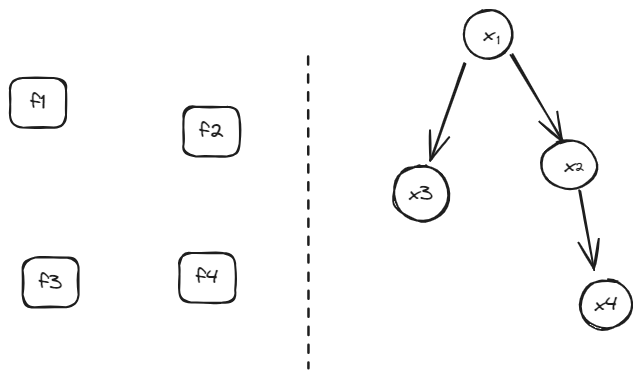
Earlier version of the Excalidraw export diplom/assets/math/discrete/mrf_vs_bayes.excalidraw.png (NMashalov/EducationGenerativeModelApplication). Source tidied: one line per element, renumbered; positions are measured from the earlier drawing's top-left corner, leaving out a move shared by most shapes. The source it was exported from:
```json
{"id": 0, "type": "line", "strokeColor": "#1e1e1e", "strokeWidth": 2, "strokeStyle": "dashed", "roughness": 1, "round": true, "x": 298, "y": 46, "width": 0, "height": 313, "points": [[0, 0], [0, 313]]}
{"id": 1, "type": "rectangle", "strokeColor": "#1e1e1e", "strokeWidth": 2, "roughness": 1, "round": true, "x": 0, "y": 68, "width": 56, "height": 50}
{"id": 2, "type": "text", "text": "f1", "strokeColor": "#1e1e1e", "strokeWidth": 2, "roughness": 1, "fontSize": 20, "fontFamily": 1, "textAlign": "center", "verticalAlign": "middle", "inside": 1, "x": 20, "y": 80, "width": 15, "height": 25}
{"id": 3, "type": "rectangle", "strokeColor": "#1e1e1e", "strokeWidth": 2, "roughness": 1, "round": true, "x": 174, "y": 97, "width": 56, "height": 50}
{"id": 4, "type": "text", "text": "f2", "strokeColor": "#1e1e1e", "strokeWidth": 2, "roughness": 1, "fontSize": 20, "fontFamily": 1, "textAlign": "center", "verticalAlign": "middle", "inside": 3, "x": 190, "y": 109, "width": 24, "height": 25}
{"id": 5, "type": "rectangle", "strokeColor": "#1e1e1e", "strokeWidth": 2, "roughness": 1, "round": true, "x": 13, "y": 248, "width": 56, "height": 50}
{"id": 6, "type": "text", "text": "f3", "strokeColor": "#1e1e1e", "strokeWidth": 2, "roughness": 1, "fontSize": 20, "fontFamily": 1, "textAlign": "center", "verticalAlign": "middle", "inside": 5, "x": 29, "y": 260, "width": 23, "height": 25}
{"id": 7, "type": "rectangle", "strokeColor": "#1e1e1e", "strokeWidth": 2, "roughness": 1, "round": true, "x": 169, "y": 243, "width": 56, "height": 50}
{"id": 8, "type": "text", "text": "f4", "strokeColor": "#1e1e1e", "strokeWidth": 2, "roughness": 1, "fontSize": 20, "fontFamily": 1, "textAlign": "center", "verticalAlign": "middle", "inside": 7, "x": 186, "y": 255, "width": 23, "height": 25}
{"id": 9, "type": "ellipse", "strokeColor": "#1e1e1e", "strokeWidth": 2, "roughness": 1, "round": true, "x": 454, "y": 0, "width": 49, "height": 49}
{"id": 10, "type": "text", "text": "x", "strokeColor": "#1e1e1e", "strokeWidth": 2, "roughness": 1, "fontSize": 20, "fontFamily": 1, "textAlign": "center", "verticalAlign": "middle", "inside": 9, "x": 473, "y": 12, "width": 11, "height": 25}
{"id": 11, "type": "arrow", "strokeColor": "#1e1e1e", "strokeWidth": 2, "roughness": 1, "endArrowhead": "arrow", "round": true, "from": 9, "to": 13, "x": 455, "y": 54, "width": 33, "height": 95, "points": [[0, 0], [-33, 95]]}
{"id": 12, "type": "arrow", "strokeColor": "#1e1e1e", "strokeWidth": 2, "roughness": 1, "endArrowhead": "arrow", "round": true, "from": 9, "to": 15, "x": 501, "y": 45, "width": 51, "height": 86, "points": [[0, 0], [51, 86]]}
{"id": 13, "type": "ellipse", "strokeColor": "#1e1e1e", "strokeWidth": 2, "roughness": 1, "round": true, "x": 383, "y": 155, "width": 55, "height": 56}
{"id": 14, "type": "text", "text": "x3", "strokeColor": "#1e1e1e", "strokeWidth": 2, "roughness": 1, "fontSize": 20, "fontFamily": 1, "textAlign": "center", "verticalAlign": "middle", "inside": 13, "x": 398, "y": 171, "width": 25, "height": 25}
{"id": 15, "type": "ellipse", "strokeColor": "#1e1e1e", "strokeWidth": 2, "roughness": 1, "round": true, "x": 531, "y": 130, "width": 56, "height": 49}
{"id": 16, "type": "text", "text": "x", "strokeColor": "#1e1e1e", "strokeWidth": 2, "roughness": 1, "fontSize": 20, "fontFamily": 1, "textAlign": "center", "verticalAlign": "middle", "inside": 15, "x": 554, "y": 143, "width": 11, "height": 25}
{"id": 17, "type": "ellipse", "strokeColor": "#1e1e1e", "strokeWidth": 2, "roughness": 1, "round": true, "x": 570, "y": 270, "width": 51, "height": 49}
{"id": 18, "type": "text", "text": "x4", "strokeColor": "#1e1e1e", "strokeWidth": 2, "roughness": 1, "fontSize": 20, "fontFamily": 1, "textAlign": "center", "verticalAlign": "middle", "inside": 17, "x": 584, "y": 282, "width": 24, "height": 25}
{"id": 19, "type": "arrow", "strokeColor": "#1e1e1e", "strokeWidth": 2, "roughness": 1, "endArrowhead": "arrow", "round": true, "from": 15, "to": 17, "x": 570, "y": 181, "width": 13, "height": 78, "points": [[0, 0], [13, 78]]}
{"id": 20, "type": "text", "text": "1", "strokeColor": "#1e1e1e", "strokeWidth": 2, "roughness": 1, "fontSize": 12.71, "fontFamily": 1, "x": 486, "y": 24, "width": 3, "height": 16}
{"id": 21, "type": "text", "text": "2", "strokeColor": "#1e1e1e", "strokeWidth": 2, "roughness": 1, "fontSize": 12.71, "fontFamily": 1, "x": 565, "y": 151, "width": 9, "height": 16}
```
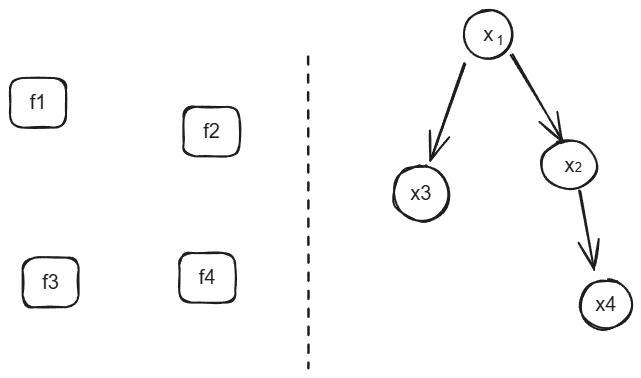
After the change.

Change to the diagram source:
```diff
@@ -1,22 +1,22 @@
 {"id": 0, "type": "line", "strokeColor": "#1e1e1e", "strokeWidth": 2, "strokeStyle": "dashed", "roughness": 1, "round": true, "x": 298, "y": 46, "width": 0, "height": 313, "points": [[0, 0], [0, 313]]}
 {"id": 1, "type": "rectangle", "strokeColor": "#1e1e1e", "strokeWidth": 2, "roughness": 1, "round": true, "x": 0, "y": 68, "width": 56, "height": 50}
-{"id": 2, "type": "text", "text": "f1", "strokeColor": "#1e1e1e", "strokeWidth": 2, "roughness": 1, "fontSize": 20, "fontFamily": 1, "textAlign": "center", "verticalAlign": "middle", "inside": 1, "x": 20, "y": 80, "width": 15, "height": 25}
+{"id": 2, "type": "text", "text": "f1", "strokeColor": "#1e1e1e", "strokeWidth": 2, "roughness": 1, "fontSize": 20, "fontFamily": 2, "textAlign": "center", "verticalAlign": "middle", "inside": 1, "x": 20, "y": 81, "width": 17, "height": 23}
 {"id": 3, "type": "rectangle", "strokeColor": "#1e1e1e", "strokeWidth": 2, "roughness": 1, "round": true, "x": 174, "y": 97, "width": 56, "height": 50}
-{"id": 4, "type": "text", "text": "f2", "strokeColor": "#1e1e1e", "strokeWidth": 2, "roughness": 1, "fontSize": 20, "fontFamily": 1, "textAlign": "center", "verticalAlign": "middle", "inside": 3, "x": 190, "y": 109, "width": 24, "height": 25}
+{"id": 4, "type": "text", "text": "f2", "strokeColor": "#1e1e1e", "strokeWidth": 2, "roughness": 1, "fontSize": 20, "fontFamily": 2, "textAlign": "center", "verticalAlign": "middle", "inside": 3, "x": 193, "y": 110, "width": 17, "height": 23}
 {"id": 5, "type": "rectangle", "strokeColor": "#1e1e1e", "strokeWidth": 2, "roughness": 1, "round": true, "x": 13, "y": 248, "width": 56, "height": 50}
-{"id": 6, "type": "text", "text": "f3", "strokeColor": "#1e1e1e", "strokeWidth": 2, "roughness": 1, "fontSize": 20, "fontFamily": 1, "textAlign": "center", "verticalAlign": "middle", "inside": 5, "x": 29, "y": 260, "width": 23, "height": 25}
+{"id": 6, "type": "text", "text": "f3", "strokeColor": "#1e1e1e", "strokeWidth": 2, "roughness": 1, "fontSize": 20, "fontFamily": 2, "textAlign": "center", "verticalAlign": "middle", "inside": 5, "x": 32, "y": 261, "width": 17, "height": 23}
 {"id": 7, "type": "rectangle", "strokeColor": "#1e1e1e", "strokeWidth": 2, "roughness": 1, "round": true, "x": 169, "y": 243, "width": 56, "height": 50}
-{"id": 8, "type": "text", "text": "f4", "strokeColor": "#1e1e1e", "strokeWidth": 2, "roughness": 1, "fontSize": 20, "fontFamily": 1, "textAlign": "center", "verticalAlign": "middle", "inside": 7, "x": 186, "y": 255, "width": 23, "height": 25}
+{"id": 8, "type": "text", "text": "f4", "strokeColor": "#1e1e1e", "strokeWidth": 2, "roughness": 1, "fontSize": 20, "fontFamily": 2, "textAlign": "center", "verticalAlign": "middle", "inside": 7, "x": 189, "y": 256, "width": 17, "height": 23}
 {"id": 9, "type": "ellipse", "strokeColor": "#1e1e1e", "strokeWidth": 2, "roughness": 1, "round": true, "x": 454, "y": 0, "width": 49, "height": 49}
-{"id": 10, "type": "text", "text": "x", "strokeColor": "#1e1e1e", "strokeWidth": 2, "roughness": 1, "fontSize": 20, "fontFamily": 1, "textAlign": "center", "verticalAlign": "middle", "inside": 9, "x": 473, "y": 12, "width": 11, "height": 25}
+{"id": 10, "type": "text", "text": "x", "strokeColor": "#1e1e1e", "strokeWidth": 2, "roughness": 1, "fontSize": 20, "fontFamily": 2, "textAlign": "center", "verticalAlign": "middle", "inside": 9, "x": 473, "y": 13, "width": 10, "height": 23}
 {"id": 11, "type": "arrow", "strokeColor": "#1e1e1e", "strokeWidth": 2, "roughness": 1, "endArrowhead": "arrow", "round": true, "from": 9, "to": 13, "x": 455, "y": 54, "width": 33, "height": 95, "points": [[0, 0], [-33, 95]]}
 {"id": 12, "type": "arrow", "strokeColor": "#1e1e1e", "strokeWidth": 2, "roughness": 1, "endArrowhead": "arrow", "round": true, "from": 9, "to": 15, "x": 501, "y": 45, "width": 51, "height": 86, "points": [[0, 0], [51, 86]]}
 {"id": 13, "type": "ellipse", "strokeColor": "#1e1e1e", "strokeWidth": 2, "roughness": 1, "round": true, "x": 383, "y": 155, "width": 55, "height": 56}
-{"id": 14, "type": "text", "text": "x3", "strokeColor": "#1e1e1e", "strokeWidth": 2, "roughness": 1, "fontSize": 20, "fontFamily": 1, "textAlign": "center", "verticalAlign": "middle", "inside": 13, "x": 398, "y": 171, "width": 25, "height": 25}
+{"id": 14, "type": "text", "text": "x3", "strokeColor": "#1e1e1e", "strokeWidth": 2, "roughness": 1, "fontSize": 20, "fontFamily": 2, "textAlign": "center", "verticalAlign": "middle", "inside": 13, "x": 400, "y": 172, "width": 21, "height": 23}
 {"id": 15, "type": "ellipse", "strokeColor": "#1e1e1e", "strokeWidth": 2, "roughness": 1, "round": true, "x": 531, "y": 130, "width": 56, "height": 49}
-{"id": 16, "type": "text", "text": "x", "strokeColor": "#1e1e1e", "strokeWidth": 2, "roughness": 1, "fontSize": 20, "fontFamily": 1, "textAlign": "center", "verticalAlign": "middle", "inside": 15, "x": 554, "y": 143, "width": 11, "height": 25}
+{"id": 16, "type": "text", "text": "x", "strokeColor": "#1e1e1e", "strokeWidth": 2, "roughness": 1, "fontSize": 20, "fontFamily": 2, "textAlign": "center", "verticalAlign": "middle", "inside": 15, "x": 554, "y": 144, "width": 10, "height": 23}
 {"id": 17, "type": "ellipse", "strokeColor": "#1e1e1e", "strokeWidth": 2, "roughness": 1, "round": true, "x": 570, "y": 270, "width": 51, "height": 49}
-{"id": 18, "type": "text", "text": "x4", "strokeColor": "#1e1e1e", "strokeWidth": 2, "roughness": 1, "fontSize": 20, "fontFamily": 1, "textAlign": "center", "verticalAlign": "middle", "inside": 17, "x": 584, "y": 282, "width": 24, "height": 25}
+{"id": 18, "type": "text", "text": "x4", "strokeColor": "#1e1e1e", "strokeWidth": 2, "roughness": 1, "fontSize": 20, "fontFamily": 2, "textAlign": "center", "verticalAlign": "middle", "inside": 17, "x": 585, "y": 283, "width": 21, "height": 23}
 {"id": 19, "type": "arrow", "strokeColor": "#1e1e1e", "strokeWidth": 2, "roughness": 1, "endArrowhead": "arrow", "round": true, "from": 15, "to": 17, "x": 570, "y": 181, "width": 13, "height": 78, "points": [[0, 0], [13, 78]]}
-{"id": 20, "type": "text", "text": "1", "strokeColor": "#1e1e1e", "strokeWidth": 2, "roughness": 1, "fontSize": 12.71, "fontFamily": 1, "x": 486, "y": 24, "width": 3, "height": 16}
+{"id": 20, "type": "text", "text": "1", "strokeColor": "#1e1e1e", "strokeWidth": 2, "roughness": 1, "fontSize": 12.71, "fontFamily": 2, "x": 486, "y": 24, "width": 7, "height": 15}
-{"id": 21, "type": "text", "text": "2", "strokeColor": "#1e1e1e", "strokeWidth": 2, "roughness": 1, "fontSize": 12.71, "fontFamily": 1, "x": 565, "y": 151, "width": 9, "height": 16}
+{"id": 21, "type": "text", "text": "2", "strokeColor": "#1e1e1e", "strokeWidth": 2, "roughness": 1, "fontSize": 12.71, "fontFamily": 2, "x": 565, "y": 151, "width": 7, "height": 15}
```
